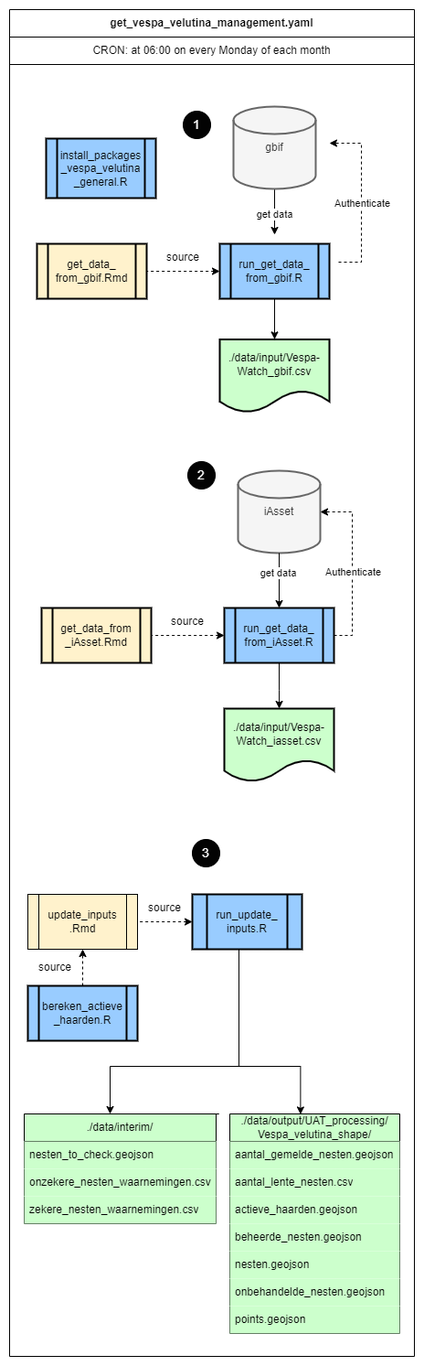
inbo/aspbo keeps this draw.io diagram as docs/aspbo_flows-Vespa velutina management.drawio.png. Above is the earlier version. Source tidied: cells renumbered, new cells last; positions are measured from the earlier drawing's top-left corner, leaving out a move shared by most shapes.
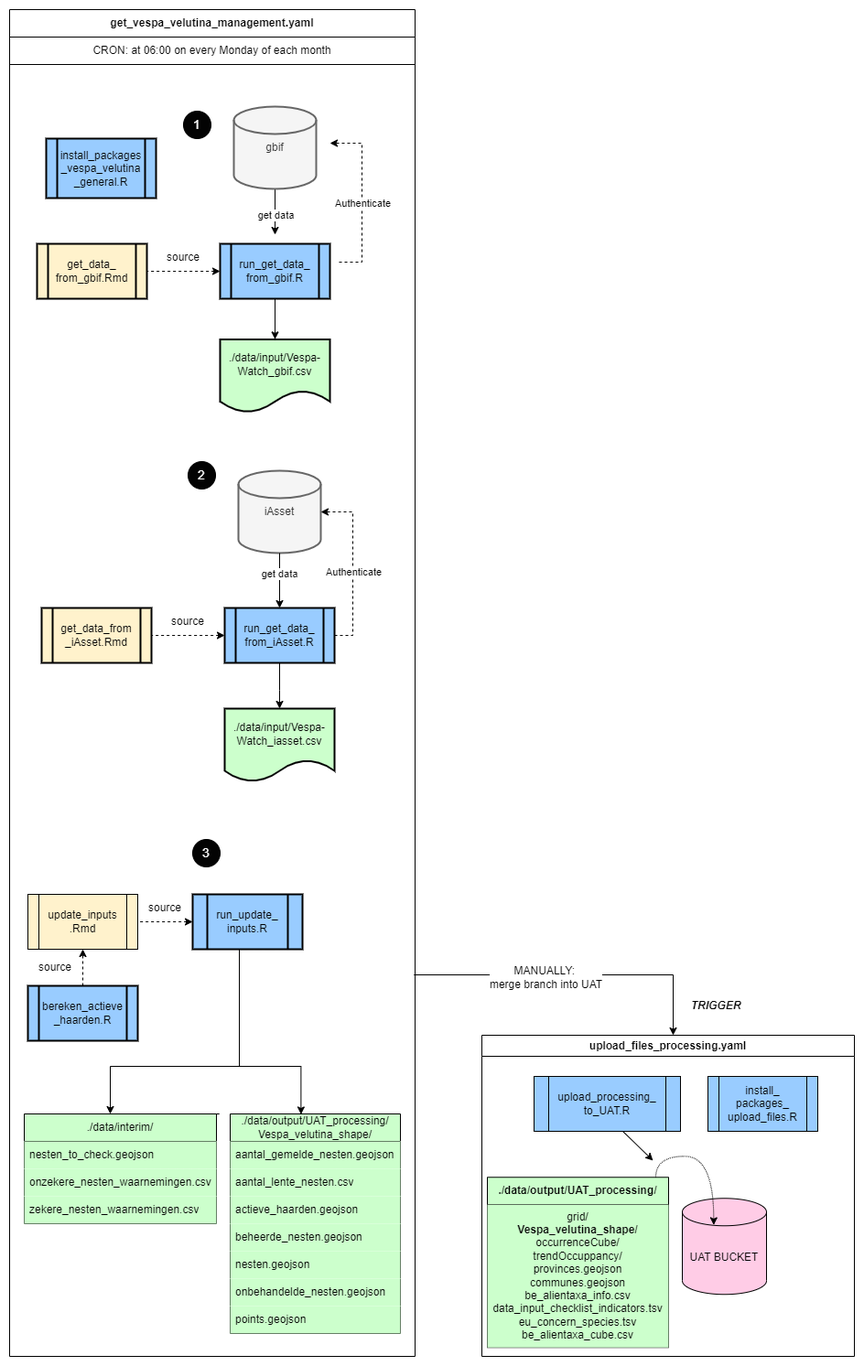
After the change.

Commit message:
Update Vespa velutina flow diagram

Fix #127

Change to the diagram source:
```diff
@@ -191,5 +191,54 @@
     <mxCell id="51" value="source" style="text;html=1;align=center;verticalAlign=middle;whiteSpace=wrap;rounded=0;" parent="2" vertex="1">
       <mxGeometry x="20" y="1032" width="60" height="30" as="geometry" />
     </mxCell>
+    <mxCell id="52" value="upload_files_processing.yaml" style="swimlane;whiteSpace=wrap;html=1;" parent="1" vertex="1">
+      <mxGeometry x="516" y="1121" width="407" height="351" as="geometry" />
+    </mxCell>
+    <mxCell id="53" value="install_&lt;div&gt;packages_&lt;/div&gt;&lt;div&gt;upload_files.R&lt;/div&gt;" style="shape=process;whiteSpace=wrap;html=1;backgroundOutline=1;fillColor=#99CCFF;" parent="52" vertex="1">
+      <mxGeometry x="247" y="45" width="120" height="60" as="geometry" />
+    </mxCell>
+    <mxCell id="54" value="&lt;div&gt;upload_processing_&lt;/div&gt;&lt;div&gt;to_UAT.R&lt;/div&gt;" style="shape=process;whiteSpace=wrap;html=1;backgroundOutline=1;fillColor=#99CCFF;" parent="52" vertex="1">
+      <mxGeometry x="57" y="45" width="160" height="60" as="geometry" />
+    </mxCell>
+    <mxCell id="55" value="UAT BUCKET" style="shape=cylinder3;whiteSpace=wrap;html=1;boundedLbl=1;backgroundOutline=1;size=15;fillColor=#FFCCE6;" parent="52" vertex="1">
+      <mxGeometry x="219" y="178.2" width="92" height="105" as="geometry" />
+    </mxCell>
+    <mxCell id="56" value="&lt;b&gt;./data/output/UAT_processing/&lt;/b&gt;" style="swimlane;fontStyle=0;horizontal=1;startSize=30;whiteSpace=wrap;html=1;fillColor=#CCFFCC;" parent="52" vertex="1">
+      <mxGeometry x="6" y="155.2" width="198" height="186" as="geometry" />
+    </mxCell>
+    <mxCell id="57" value="&lt;div&gt;&lt;div&gt;grid/&lt;/div&gt;&lt;/div&gt;&lt;div&gt;&lt;b style=&quot;&quot;&gt;&lt;font color=&quot;#030303&quot;&gt;Vespa_velutina_shape/&lt;/font&gt;&lt;/b&gt;&lt;/div&gt;&lt;div&gt;occurrenceCube/&lt;/div&gt;&lt;div&gt;trendOccuppancy/&lt;/div&gt;&lt;div&gt;provinces.geojson&lt;/div&gt;&lt;div&gt;communes.geojson&lt;/div&gt;&lt;div&gt;be_alientaxa_info.csv&lt;/div&gt;&lt;div&gt;data_input_checklist_indicators.tsv&lt;/div&gt;&lt;div&gt;eu_concern_species.tsv&lt;/div&gt;&lt;div&gt;be_alientaxa_cube.csv&lt;/div&gt;" style="text;strokeColor=none;fillColor=#CCFFCC;align=center;verticalAlign=middle;spacingLeft=4;spacingRight=4;overflow=hidden;whiteSpace=wrap;html=1;" parent="56" vertex="1">
+      <mxGeometry y="30" width="198" height="156" as="geometry" />
+    </mxCell>
+    <mxCell id="58" style="endArrow=classic;html=1;rounded=0;entryX=0.373;entryY=0.278;entryDx=0;entryDy=0;entryPerimeter=0;edgeStyle=orthogonalEdgeStyle;elbow=vertical;curved=1;dashed=1;dashPattern=1 1;" parent="52" edge="1" target="55">
+      <mxGeometry relative="1" as="geometry">
+        <mxPoint x="190" y="155.2" as="sourcePoint" />
+        <Array as="points">
+          <mxPoint x="190" y="132.2" />
+          <mxPoint x="253" y="132.2" />
+        </Array>
+      </mxGeometry>
+    </mxCell>
+    <mxCell id="59" style="endArrow=classic;html=1;rounded=0;" parent="52" edge="1">
+      <mxGeometry relative="1" as="geometry">
+        <mxPoint x="154" y="105" as="sourcePoint" />
+        <mxPoint x="187" y="137" as="targetPoint" />
+      </mxGeometry>
+    </mxCell>
+    <mxCell id="60" style="endArrow=none;html=1;rounded=0;edgeStyle=orthogonalEdgeStyle;elbow=vertical;endFill=0;startArrow=classic;startFill=1;jumpStyle=arc;" parent="1" edge="1">
+      <mxGeometry relative="1" as="geometry">
+        <mxPoint x="725" y="1121" as="sourcePoint" />
+        <mxPoint x="445" y="1055" as="targetPoint" />
+        <Array as="points">
+          <mxPoint x="725" y="1055" />
+          <mxPoint x="442" y="1055" />
+        </Array>
+      </mxGeometry>
+    </mxCell>
+    <mxCell id="61" value="&lt;i&gt;&lt;b&gt;TRIGGER&lt;/b&gt;&lt;/i&gt;" style="text;html=1;align=center;verticalAlign=middle;whiteSpace=wrap;rounded=0;" parent="1" vertex="1">
+      <mxGeometry x="742" y="1074" width="60" height="30" as="geometry" />
+    </mxCell>
+    <mxCell id="62" value="&lt;font style=&quot;font-size: 12px;&quot;&gt;MANUALLY:&amp;nbsp;&lt;/font&gt;&lt;div style=&quot;font-size: 12px;&quot;&gt;&lt;font style=&quot;font-size: 12px;&quot;&gt;merge branch into UAT&lt;/font&gt;&lt;/div&gt;" style="edgeLabel;html=1;align=center;verticalAlign=middle;" parent="1" vertex="1">
+      <mxGeometry x="585" y="1057" as="geometry" />
+    </mxCell>
   </root>
 </mxGraphModel>
```
